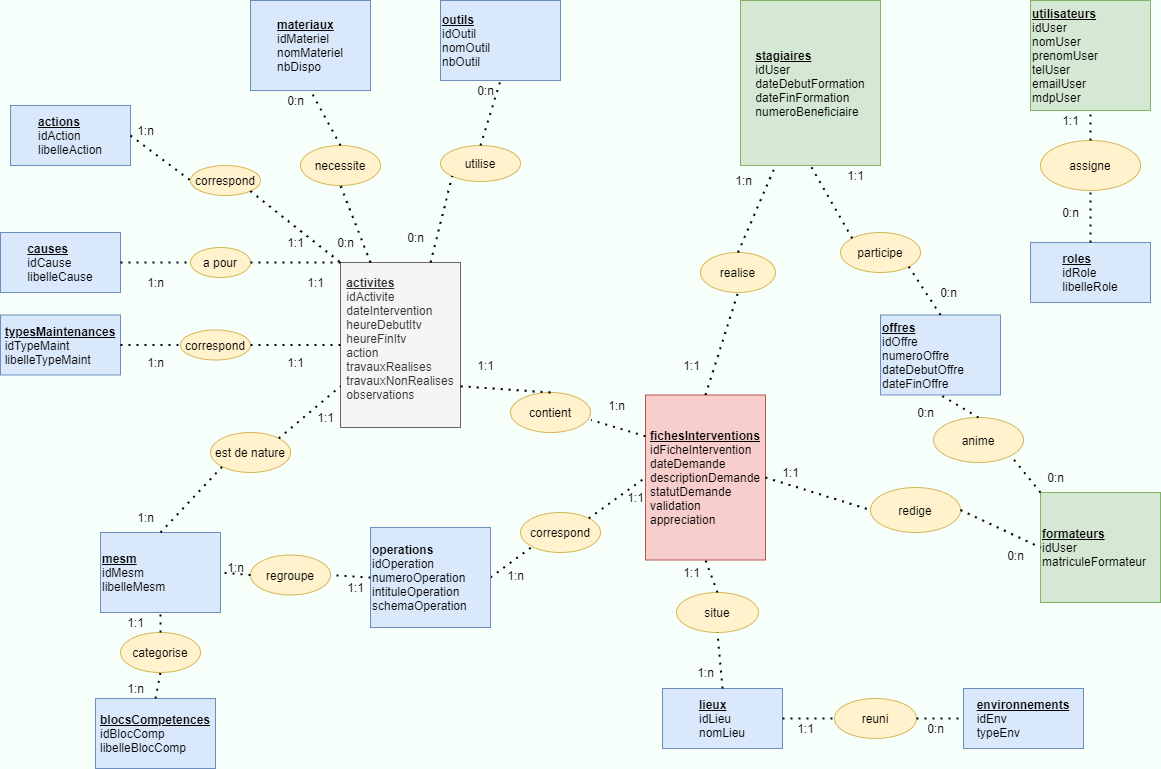
This is DOCS/mcd.png from tancraft/Stage, a draw.io export, as it was before one commit. Source tidied: cells renumbered, new cells last; positions are measured from the earlier drawing's top-left corner, leaving out a move shared by most shapes.
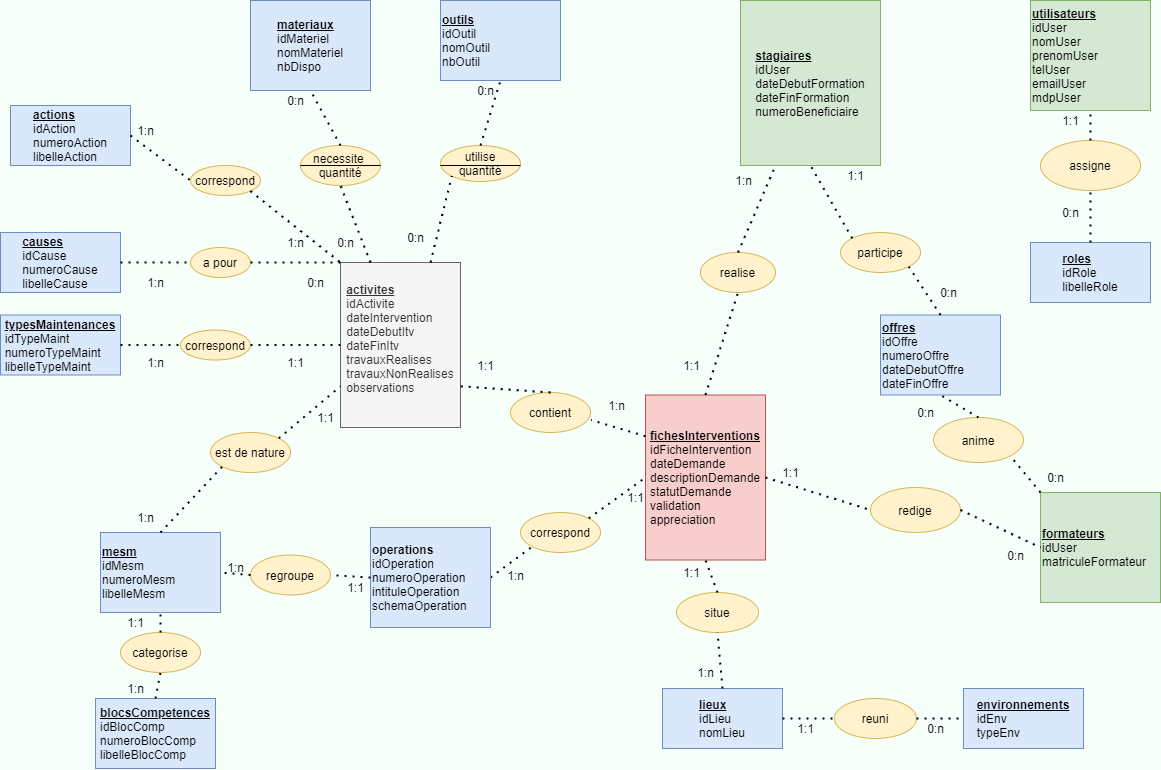
The same diagram one commit later.

Change to the diagram source:
```diff
@@ -2,7 +2,7 @@
   <root>
     <mxCell id="0" />
     <mxCell id="1" parent="0" />
-    <mxCell id="2" value="&lt;div style=&quot;text-align: left&quot;&gt;&lt;b&gt;&lt;u&gt;activites&lt;/u&gt;&lt;/b&gt;&lt;/div&gt;&lt;div style=&quot;text-align: left&quot;&gt;&lt;span&gt;idActivite&lt;/span&gt;&lt;/div&gt;&lt;div style=&quot;text-align: left&quot;&gt;&lt;span&gt;dateIntervention&lt;/span&gt;&lt;/div&gt;&lt;div style=&quot;text-align: left&quot;&gt;&lt;span&gt;heureDebutItv&lt;/span&gt;&lt;/div&gt;&lt;div style=&quot;text-align: left&quot;&gt;&lt;span&gt;heureFinItv&lt;/span&gt;&lt;/div&gt;&lt;div style=&quot;text-align: left&quot;&gt;&lt;span&gt;action&lt;/span&gt;&lt;/div&gt;&lt;div style=&quot;text-align: left&quot;&gt;&lt;span&gt;travauxRealises&lt;/span&gt;&lt;/div&gt;&lt;div style=&quot;text-align: left&quot;&gt;&lt;span&gt;travauxNonRealises&lt;/span&gt;&lt;/div&gt;&lt;div style=&quot;text-align: left&quot;&gt;&lt;span&gt;observations&lt;/span&gt;&lt;/div&gt;&lt;div style=&quot;text-align: left&quot;&gt;&lt;span&gt;&lt;br&gt;&lt;/span&gt;&lt;/div&gt;" style="rounded=0;whiteSpace=wrap;html=1;fillColor=#f5f5f5;strokeColor=#666666;fontColor=#333333;" parent="1" vertex="1">
+    <mxCell id="2" value="&lt;div style=&quot;text-align: left&quot;&gt;&lt;b&gt;&lt;u&gt;activites&lt;/u&gt;&lt;/b&gt;&lt;/div&gt;&lt;div style=&quot;text-align: left&quot;&gt;&lt;span&gt;idActivite&lt;/span&gt;&lt;/div&gt;&lt;div style=&quot;text-align: left&quot;&gt;&lt;span&gt;dateIntervention&lt;/span&gt;&lt;/div&gt;&lt;div style=&quot;text-align: left&quot;&gt;&lt;span&gt;dateDebutItv&lt;/span&gt;&lt;/div&gt;&lt;div style=&quot;text-align: left&quot;&gt;&lt;span&gt;dateFinItv&lt;/span&gt;&lt;/div&gt;&lt;div style=&quot;text-align: left&quot;&gt;&lt;span&gt;travauxRealises&lt;/span&gt;&lt;/div&gt;&lt;div style=&quot;text-align: left&quot;&gt;&lt;span&gt;travauxNonRealises&lt;/span&gt;&lt;/div&gt;&lt;div style=&quot;text-align: left&quot;&gt;&lt;span&gt;observations&lt;/span&gt;&lt;/div&gt;&lt;div style=&quot;text-align: left&quot;&gt;&lt;span&gt;&lt;br&gt;&lt;/span&gt;&lt;/div&gt;" style="rounded=0;whiteSpace=wrap;html=1;fillColor=#f5f5f5;strokeColor=#666666;fontColor=#333333;" parent="1" vertex="1">
       <mxGeometry x="340" y="262" width="120" height="165" as="geometry" />
     </mxCell>
     <mxCell id="3" value="&lt;div style=&quot;text-align: left&quot;&gt;&lt;u style=&quot;font-weight: bold&quot;&gt;lieux&lt;/u&gt;&lt;/div&gt;&lt;div style=&quot;text-align: left&quot;&gt;idLieu&lt;/div&gt;&lt;div style=&quot;text-align: left&quot;&gt;&lt;span&gt;nomLieu&lt;/span&gt;&lt;/div&gt;" style="rounded=0;whiteSpace=wrap;html=1;fillColor=#dae8fc;strokeColor=#6c8ebf;" parent="1" vertex="1">
@@ -20,10 +20,10 @@
     <mxCell id="7" value="&lt;div style=&quot;text-align: left&quot;&gt;&lt;u style=&quot;font-weight: bold&quot;&gt;materiaux&lt;/u&gt;&lt;/div&gt;&lt;div style=&quot;text-align: left&quot;&gt;&lt;span&gt;idMateriel&lt;/span&gt;&lt;/div&gt;&lt;div style=&quot;text-align: left&quot;&gt;&lt;span&gt;nomMateriel&lt;/span&gt;&lt;/div&gt;&lt;div style=&quot;text-align: left&quot;&gt;&lt;span&gt;nbDispo&lt;/span&gt;&lt;/div&gt;" style="rounded=0;whiteSpace=wrap;html=1;fillColor=#dae8fc;strokeColor=#6c8ebf;" parent="1" vertex="1">
       <mxGeometry x="250" width="120" height="90" as="geometry" />
     </mxCell>
-    <mxCell id="8" value="&lt;div style=&quot;text-align: left&quot;&gt;&lt;b&gt;&lt;u&gt;blocsCompetences&lt;/u&gt;&lt;/b&gt;&lt;/div&gt;&lt;div style=&quot;text-align: left&quot;&gt;&lt;span&gt;idBlocComp&lt;/span&gt;&lt;/div&gt;&lt;div style=&quot;text-align: left&quot;&gt;&lt;span&gt;libelleBlocComp&lt;/span&gt;&lt;/div&gt;" style="rounded=0;whiteSpace=wrap;html=1;fillColor=#dae8fc;strokeColor=#6c8ebf;" parent="1" vertex="1">
+    <mxCell id="8" value="&lt;div style=&quot;text-align: left&quot;&gt;&lt;b&gt;&lt;u&gt;blocsCompetences&lt;/u&gt;&lt;/b&gt;&lt;/div&gt;&lt;div style=&quot;text-align: left&quot;&gt;&lt;span&gt;idBlocComp&lt;/span&gt;&lt;/div&gt;&lt;div style=&quot;text-align: left&quot;&gt;&lt;span&gt;numeroBlocComp&lt;/span&gt;&lt;/div&gt;&lt;div style=&quot;text-align: left&quot;&gt;&lt;span&gt;libelleBlocComp&lt;/span&gt;&lt;/div&gt;" style="rounded=0;whiteSpace=wrap;html=1;fillColor=#dae8fc;strokeColor=#6c8ebf;" parent="1" vertex="1">
       <mxGeometry x="95" y="698" width="120" height="70" as="geometry" />
     </mxCell>
-    <mxCell id="9" value="&lt;div style=&quot;text-align: left&quot;&gt;&lt;u style=&quot;font-weight: bold&quot;&gt;typesMaintenances&lt;/u&gt;&lt;/div&gt;&lt;div style=&quot;text-align: left&quot;&gt;&lt;span&gt;idTypeMaint&lt;/span&gt;&lt;/div&gt;&lt;div style=&quot;text-align: left&quot;&gt;&lt;span&gt;libelleTypeMaint&lt;/span&gt;&lt;/div&gt;" style="rounded=0;whiteSpace=wrap;html=1;fillColor=#dae8fc;strokeColor=#6c8ebf;" parent="1" vertex="1">
+    <mxCell id="9" value="&lt;div style=&quot;text-align: left&quot;&gt;&lt;u style=&quot;font-weight: bold&quot;&gt;typesMaintenances&lt;/u&gt;&lt;/div&gt;&lt;div style=&quot;text-align: left&quot;&gt;&lt;span&gt;idTypeMaint&lt;/span&gt;&lt;/div&gt;&lt;div style=&quot;text-align: left&quot;&gt;&lt;span&gt;numeroTypeMaint&lt;/span&gt;&lt;/div&gt;&lt;div style=&quot;text-align: left&quot;&gt;&lt;span&gt;libelleTypeMaint&lt;/span&gt;&lt;/div&gt;" style="rounded=0;whiteSpace=wrap;html=1;fillColor=#dae8fc;strokeColor=#6c8ebf;" parent="1" vertex="1">
       <mxGeometry y="314.5" width="120" height="60" as="geometry" />
     </mxCell>
     <mxCell id="10" value="&lt;b&gt;&lt;u&gt;formateurs&lt;/u&gt;&lt;/b&gt;&lt;br&gt;idUser&lt;br&gt;matriculeFormateur" style="rounded=0;whiteSpace=wrap;html=1;align=left;fillColor=#d5e8d4;strokeColor=#82b366;" parent="1" vertex="1">
@@ -95,10 +95,10 @@
     <mxCell id="32" value="1:1" style="text;html=1;align=center;verticalAlign=middle;" parent="1" vertex="1">
       <mxGeometry x="676" y="354.5" width="30" height="20" as="geometry" />
     </mxCell>
-    <mxCell id="33" value="utilise" style="ellipse;whiteSpace=wrap;html=1;fillColor=#fff2cc;strokeColor=#d6b656;" parent="1" vertex="1">
+    <mxCell id="33" value="utilise&lt;br&gt;quantité" style="ellipse;whiteSpace=wrap;html=1;fillColor=#fff2cc;strokeColor=#d6b656;" parent="1" vertex="1">
       <mxGeometry x="440" y="145" width="80" height="36" as="geometry" />
     </mxCell>
-    <mxCell id="34" value="&lt;span&gt;necessite&lt;/span&gt;" style="ellipse;whiteSpace=wrap;html=1;fillColor=#fff2cc;strokeColor=#d6b656;" parent="1" vertex="1">
+    <mxCell id="34" value="&lt;span&gt;necessite&amp;nbsp; quantité&lt;/span&gt;" style="ellipse;whiteSpace=wrap;html=1;fillColor=#fff2cc;strokeColor=#d6b656;" parent="1" vertex="1">
       <mxGeometry x="300" y="145" width="80" height="40" as="geometry" />
     </mxCell>
     <mxCell id="35" style="endArrow=none;dashed=1;html=1;dashPattern=1 3;strokeWidth=2;entryX=0;entryY=1;entryDx=0;entryDy=0;exitX=0.75;exitY=0;exitDx=0;exitDy=0;" parent="1" edge="1" source="2" target="33">
@@ -185,7 +185,7 @@
     <mxCell id="62" value="&lt;b&gt;operations&lt;/b&gt;&lt;br&gt;idOperation&lt;br&gt;numeroOperation&lt;br&gt;intituleOperation&lt;br&gt;schemaOperation" style="rounded=0;whiteSpace=wrap;html=1;align=left;fillColor=#dae8fc;strokeColor=#6c8ebf;" parent="1" vertex="1">
       <mxGeometry x="370" y="527" width="120" height="100" as="geometry" />
     </mxCell>
-    <mxCell id="63" value="&lt;div style=&quot;text-align: left&quot;&gt;&lt;b&gt;&lt;u&gt;causes&lt;/u&gt;&lt;/b&gt;&lt;/div&gt;&lt;div style=&quot;text-align: left&quot;&gt;idCause&lt;/div&gt;&lt;div style=&quot;text-align: left&quot;&gt;libelleCause&lt;/div&gt;" style="rounded=0;whiteSpace=wrap;html=1;fillColor=#dae8fc;strokeColor=#6c8ebf;" parent="1" vertex="1">
+    <mxCell id="63" value="&lt;div style=&quot;text-align: left&quot;&gt;&lt;b&gt;&lt;u&gt;causes&lt;/u&gt;&lt;/b&gt;&lt;/div&gt;&lt;div style=&quot;text-align: left&quot;&gt;idCause&lt;/div&gt;&lt;div style=&quot;text-align: left&quot;&gt;numeroCause&lt;/div&gt;&lt;div style=&quot;text-align: left&quot;&gt;libelleCause&lt;/div&gt;" style="rounded=0;whiteSpace=wrap;html=1;fillColor=#dae8fc;strokeColor=#6c8ebf;" parent="1" vertex="1">
       <mxGeometry y="232" width="120" height="60" as="geometry" />
     </mxCell>
     <mxCell id="64" value="a pour" style="ellipse;whiteSpace=wrap;html=1;fillColor=#fff2cc;strokeColor=#d6b656;" parent="1" vertex="1">
@@ -251,10 +251,10 @@
     <mxCell id="84" value="1:n" style="text;html=1;align=center;verticalAlign=middle;" parent="1" vertex="1">
       <mxGeometry x="140" y="272" width="30" height="20" as="geometry" />
     </mxCell>
-    <mxCell id="85" value="1:1" style="text;html=1;align=center;verticalAlign=middle;" parent="1" vertex="1">
+    <mxCell id="85" value="1:n" style="text;html=1;align=center;verticalAlign=middle;" parent="1" vertex="1">
       <mxGeometry x="280" y="232" width="30" height="20" as="geometry" />
     </mxCell>
-    <mxCell id="86" value="&lt;b&gt;&lt;u&gt;mesm&lt;/u&gt;&lt;/b&gt;&lt;br&gt;idMesm&lt;br&gt;libelleMesm" style="rounded=0;whiteSpace=wrap;html=1;align=left;fillColor=#dae8fc;strokeColor=#6c8ebf;" parent="1" vertex="1">
+    <mxCell id="86" value="&lt;b&gt;&lt;u&gt;mesm&lt;/u&gt;&lt;/b&gt;&lt;br&gt;idMesm&lt;br&gt;numeroMesm&lt;br&gt;libelleMesm" style="rounded=0;whiteSpace=wrap;html=1;align=left;fillColor=#dae8fc;strokeColor=#6c8ebf;" parent="1" vertex="1">
       <mxGeometry x="100" y="532" width="120" height="80" as="geometry" />
     </mxCell>
     <mxCell id="87" value="categorise" style="ellipse;whiteSpace=wrap;html=1;fillColor=#fff2cc;strokeColor=#d6b656;" parent="1" vertex="1">
@@ -290,7 +290,7 @@
     <mxCell id="97" value="1:1" style="text;html=1;align=center;verticalAlign=middle;" parent="1" vertex="1">
       <mxGeometry x="310" y="407" width="30" height="20" as="geometry" />
     </mxCell>
-    <mxCell id="98" value="&lt;div style=&quot;text-align: left&quot;&gt;&lt;b&gt;&lt;u&gt;actions&lt;/u&gt;&lt;/b&gt;&lt;/div&gt;&lt;div style=&quot;text-align: left&quot;&gt;idAction&lt;/div&gt;&lt;div style=&quot;text-align: left&quot;&gt;libelleAction&lt;/div&gt;" style="rounded=0;whiteSpace=wrap;html=1;fillColor=#dae8fc;strokeColor=#6c8ebf;" parent="1" vertex="1">
+    <mxCell id="98" value="&lt;div style=&quot;text-align: left&quot;&gt;&lt;b&gt;&lt;u&gt;actions&lt;/u&gt;&lt;/b&gt;&lt;/div&gt;&lt;div style=&quot;text-align: left&quot;&gt;idAction&lt;/div&gt;&lt;div style=&quot;text-align: left&quot;&gt;numeroAction&lt;/div&gt;&lt;div style=&quot;text-align: left&quot;&gt;libelleAction&lt;/div&gt;" style="rounded=0;whiteSpace=wrap;html=1;fillColor=#dae8fc;strokeColor=#6c8ebf;" parent="1" vertex="1">
       <mxGeometry x="10" y="105" width="120" height="60" as="geometry" />
     </mxCell>
     <mxCell id="99" value="correspond" style="ellipse;whiteSpace=wrap;html=1;fillColor=#fff2cc;strokeColor=#d6b656;" parent="1" vertex="1">
@@ -305,8 +305,17 @@
     <mxCell id="102" value="1:n" style="text;html=1;align=center;verticalAlign=middle;" parent="1" vertex="1">
       <mxGeometry x="130" y="120" width="30" height="20" as="geometry" />
     </mxCell>
-    <mxCell id="103" value="1:1" style="text;html=1;align=center;verticalAlign=middle;" parent="1" vertex="1">
+    <mxCell id="103" value="0:n" style="text;html=1;align=center;verticalAlign=middle;" parent="1" vertex="1">
       <mxGeometry x="300" y="272" width="30" height="20" as="geometry" />
     </mxCell>
+    <mxCell id="104" style="endArrow=none;html=1;entryX=1;entryY=0.5;entryDx=0;entryDy=0;exitX=0;exitY=0.5;exitDx=0;exitDy=0;" parent="1" edge="1" source="34" target="34">
+      <mxGeometry relative="1" as="geometry" />
+    </mxCell>
+    <mxCell id="105" style="endArrow=none;html=1;entryX=1;entryY=0.5;entryDx=0;entryDy=0;exitX=0;exitY=0.5;exitDx=0;exitDy=0;" parent="1" edge="1">
+      <mxGeometry relative="1" as="geometry">
+        <mxPoint x="440" y="165" as="sourcePoint" />
+        <mxPoint x="520" y="165" as="targetPoint" />
+      </mxGeometry>
+    </mxCell>
   </root>
 </mxGraphModel>
```
